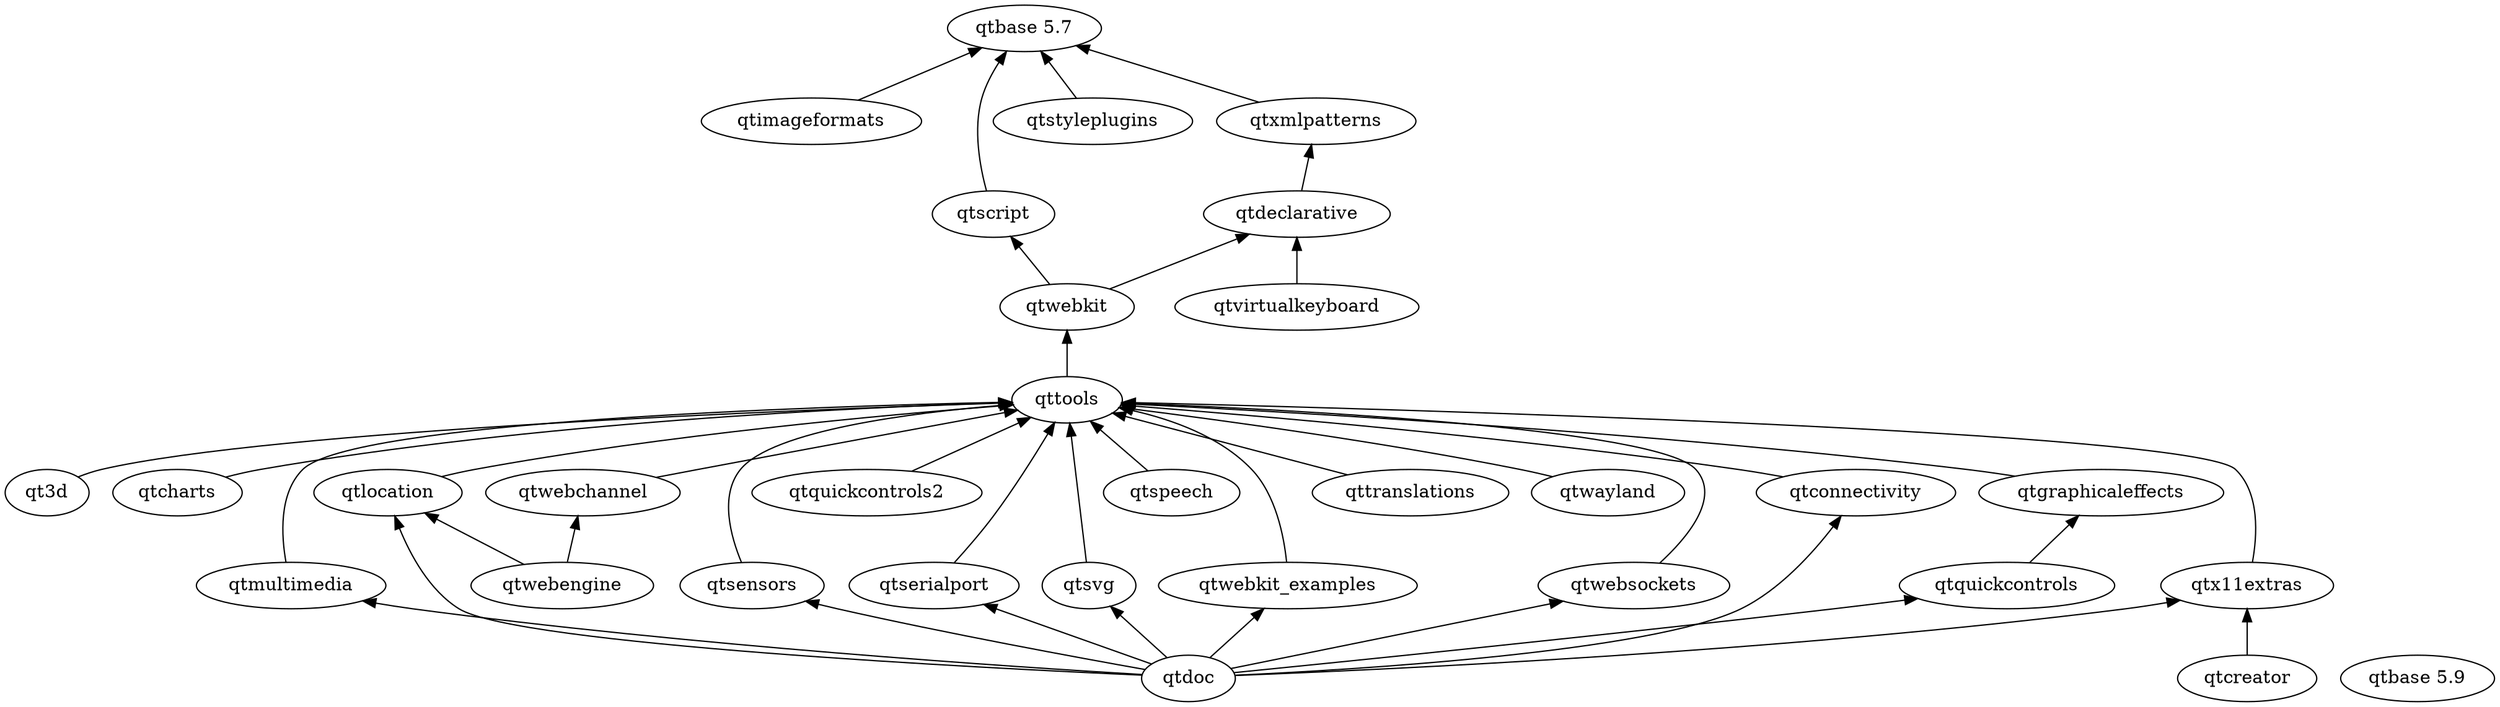
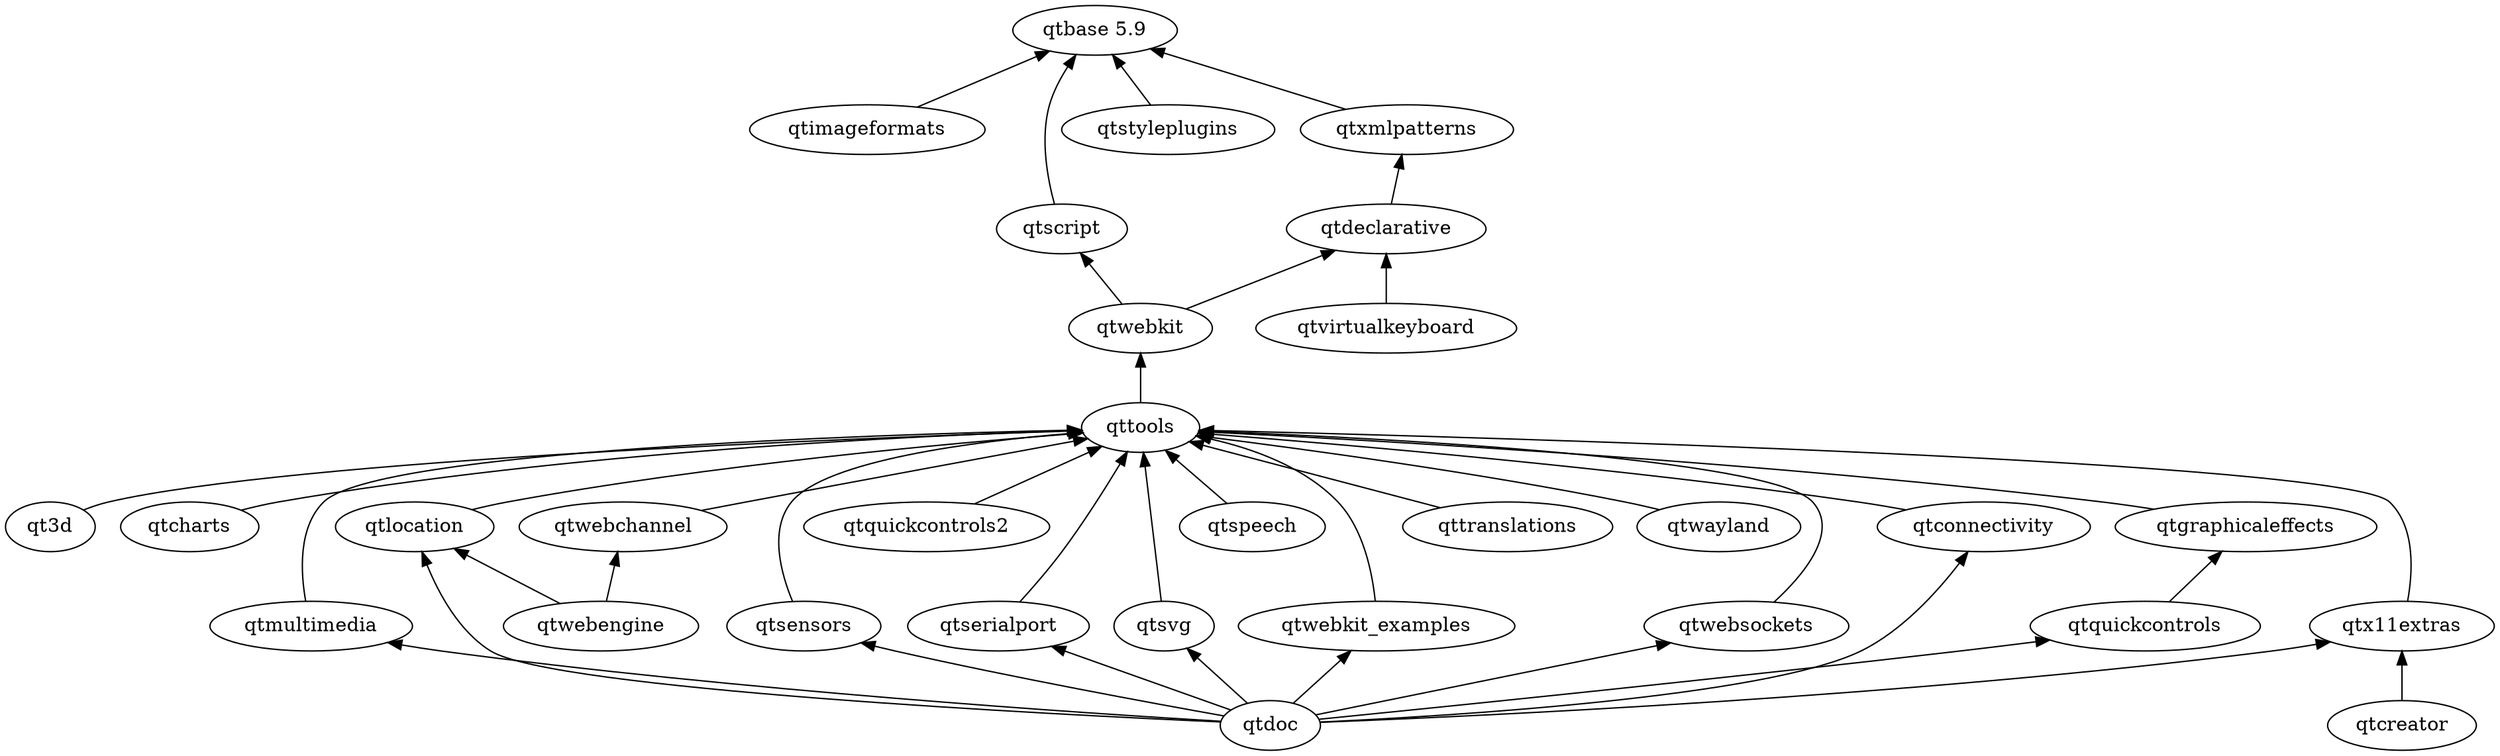
digraph qt5 {
  graph [
    rankdir = "BT"
  ]

  qt3d
  "qtbase 5.9"
  qtcharts
  qtconnectivity
  qtcreator
  qtdeclarative
  qtdoc
  qtgraphicaleffects
  qtimageformats
  qtlocation
  qtmultimedia
  qtquickcontrols
  qtquickcontrols2
  qtscript
  qtsensors
  qtserialport
  qtspeech
  qtstyleplugins
  qtsvg
  qttools
  qttranslations
  qtvirtualkeyboard
  qtwayland
  qtwebchannel
  qtwebengine
  qtwebkit
  qtwebkit_examples
  qtwebsockets
  qtx11extras
  qtxmlpatterns

  qt3d -> qttools
  qtcharts -> qttools
  qtconnectivity -> qttools
  qtcreator -> qtx11extras
  qtdeclarative -> qtxmlpatterns
  qtdoc -> qtconnectivity
  qtdoc -> qtlocation
  qtdoc -> qtmultimedia
  qtdoc -> qtquickcontrols
  qtdoc -> qtsensors
  qtdoc -> qtserialport
  qtdoc -> qtsvg
  qtdoc -> qtwebkit_examples
  qtdoc -> qtwebsockets
  qtdoc -> qtx11extras
  qtgraphicaleffects -> qttools
-   qtimageformats -> "qtbase 5.7"
+   qtimageformats -> "qtbase 5.9"
  qtlocation -> qttools
  qtmultimedia -> qttools
  qtquickcontrols -> qtgraphicaleffects
  qtquickcontrols2 -> qttools
-   qtscript -> "qtbase 5.7"
+   qtscript -> "qtbase 5.9"
  qtsensors -> qttools
  qtserialport -> qttools
  qtspeech -> qttools
-   qtstyleplugins -> "qtbase 5.7"
+   qtstyleplugins -> "qtbase 5.9"
  qtsvg -> qttools
  qttools -> qtwebkit
  qttranslations -> qttools
  qtvirtualkeyboard -> qtdeclarative
  qtwayland -> qttools
  qtwebchannel -> qttools
  qtwebengine -> qtlocation
  qtwebengine -> qtwebchannel
  qtwebkit -> qtdeclarative
  qtwebkit -> qtscript
  qtwebkit_examples -> qttools
  qtwebsockets -> qttools
  qtx11extras -> qttools
-   qtxmlpatterns -> "qtbase 5.7"
+   qtxmlpatterns -> "qtbase 5.9"
}
